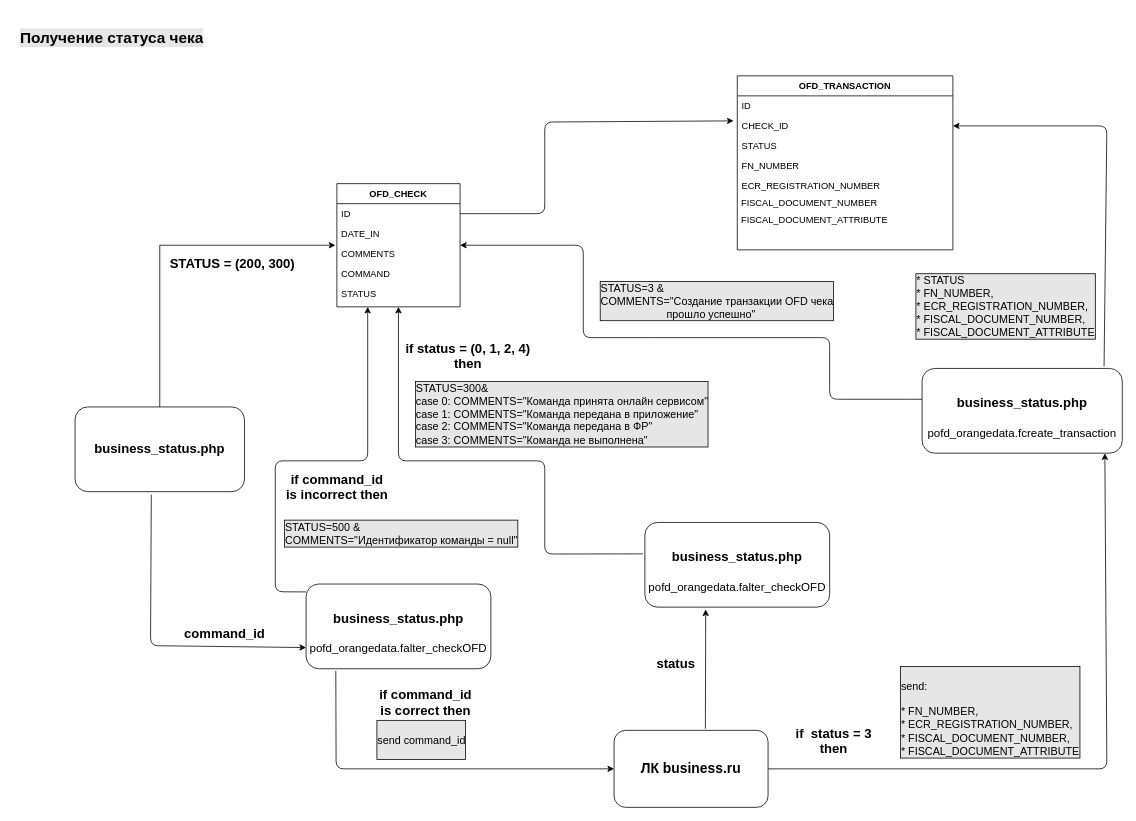
Tanya291995/my_first keeps this draw.io diagram as status.drawio. Above is the earlier version. Source tidied: cells renumbered, new cells numbered last; positions are measured from the earlier drawing's top-left corner, leaving out a move shared by most shapes. Both pictures are drawn from the tidied source at 77%, with x=0, y=0 at pixel (13, 29).
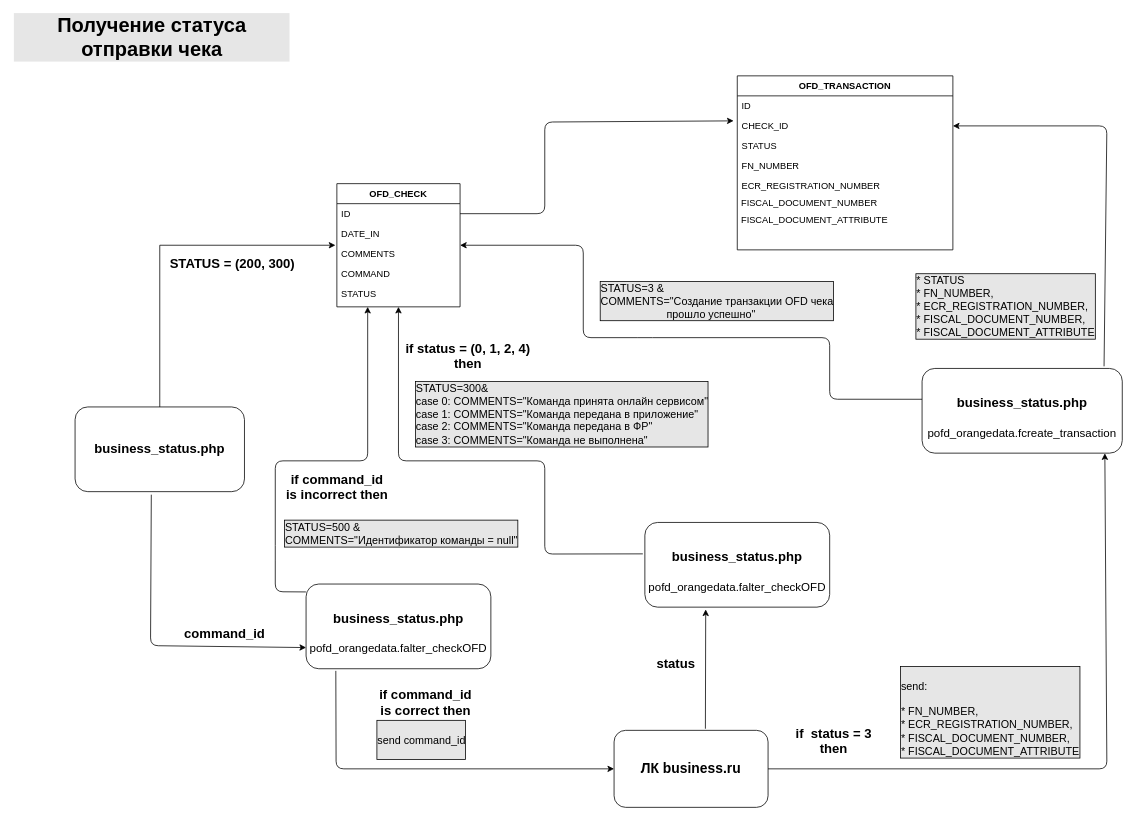
The same page after the edit.

Change to the diagram source:
```diff
@@
-    <mxCell id="5" value="&lt;div&gt;Получение статуса чека&lt;/div&gt;" style="text;html=1;strokeColor=none;fillColor=none;align=center;verticalAlign=middle;whiteSpace=wrap;rounded=0;labelBackgroundColor=#E6E6E6;fontSize=20;fontStyle=1;" parent="1" vertex="1">
-      <mxGeometry width="256" height="20" as="geometry" />
+    <mxCell id="5" value="&lt;div style=&quot;font-size: 26px&quot;&gt;Получение статуса отправки чека&lt;/div&gt;" style="text;html=1;strokeColor=none;fillColor=none;align=center;verticalAlign=middle;whiteSpace=wrap;rounded=0;labelBackgroundColor=#E6E6E6;fontSize=26;fontStyle=1;" parent="1" vertex="1">
+      <mxGeometry width="360" height="20" as="geometry" />
     </mxCell>
```
